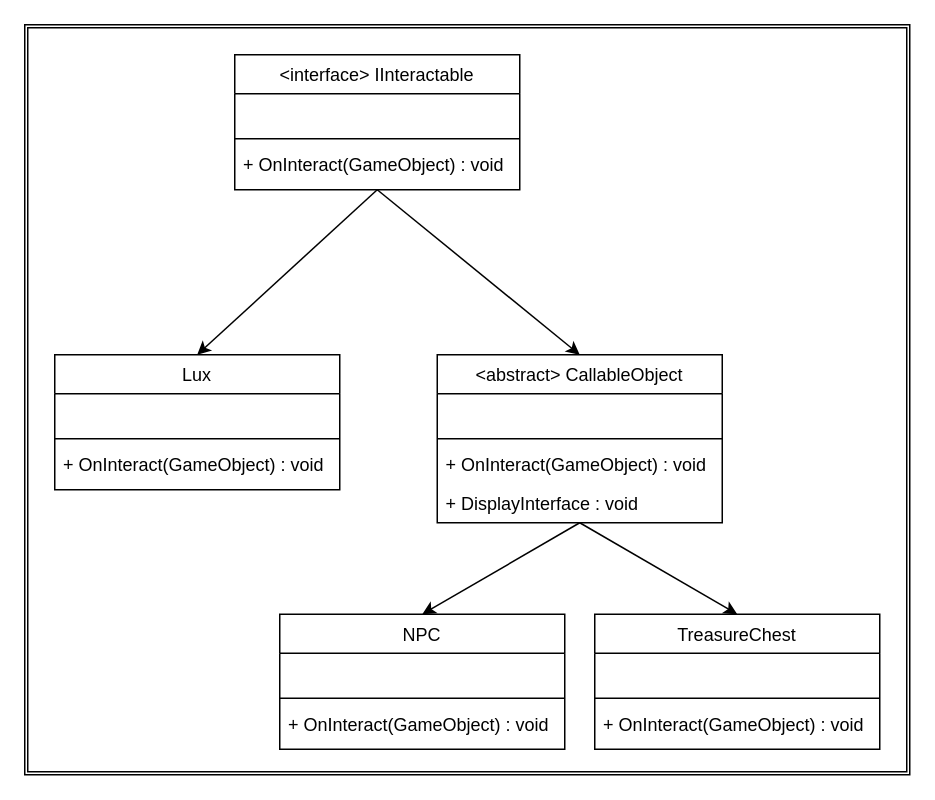
Above: ETC/UML/InteractLogic.drawio in SEH00N/Eungabi (draw.io), before the change. Source tidied: cells renumbered, new cells numbered last; positions are measured from the earlier drawing's top-left corner, leaving out a move shared by most shapes. Both pictures are drawn from the tidied source at 150%, with x=0, y=0 at pixel (24, 24).
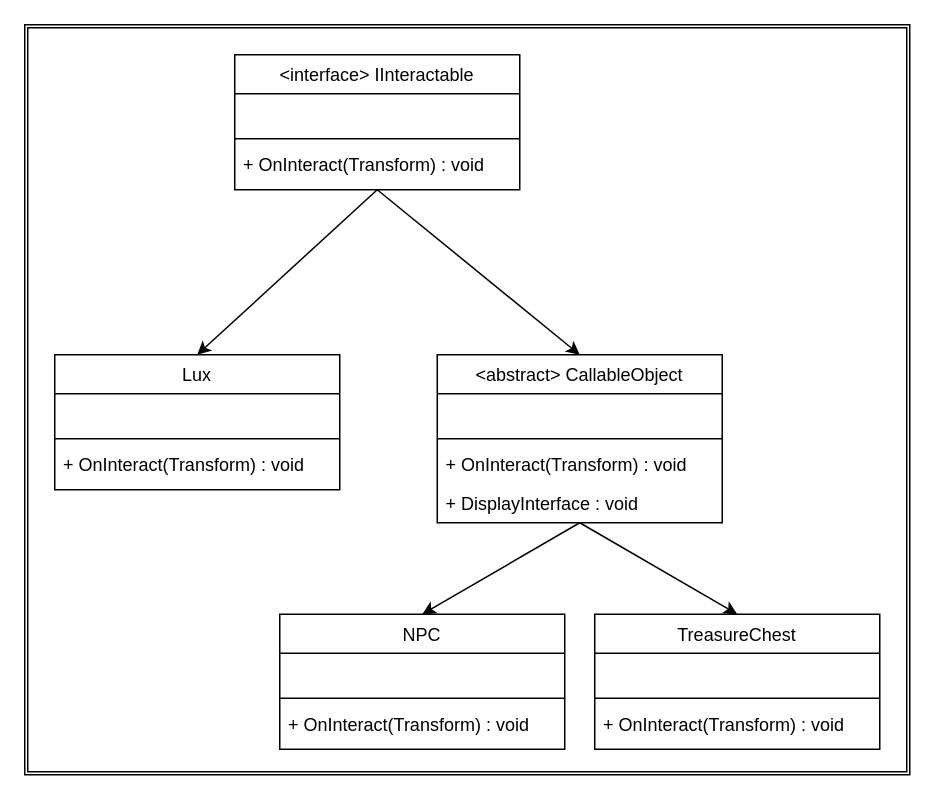
The same page after the edit.

Unchanged cells that the change refers to:
```xml
<mxCell id="5" value="&lt;interface&gt; IInteractable" style="swimlane;fontStyle=0;align=center;verticalAlign=top;horizontal=1;startSize=26;rounded=0;shadow=0;strokeWidth=1;spacingTop=0;" parent="1" vertex="1">
  <mxGeometry x="140" y="20" width="190" height="90" as="geometry" />
</mxCell>
<mxCell id="9" value="Lux" style="swimlane;fontStyle=0;align=center;verticalAlign=top;horizontal=1;startSize=26;rounded=0;shadow=0;strokeWidth=1;spacingTop=0;" parent="1" vertex="1">
  <mxGeometry x="20" y="220" width="190" height="90" as="geometry" />
</mxCell>
<mxCell id="15" value="&lt;abstract&gt; CallableObject" style="swimlane;fontStyle=0;align=center;verticalAlign=top;horizontal=1;startSize=26;rounded=0;shadow=0;strokeWidth=1;spacingTop=0;" parent="1" vertex="1">
  <mxGeometry x="275" y="220" width="190" height="112" as="geometry" />
</mxCell>
<mxCell id="20" value="NPC" style="swimlane;fontStyle=0;align=center;verticalAlign=top;horizontal=1;startSize=26;rounded=0;shadow=0;strokeWidth=1;spacingTop=0;" parent="1" vertex="1">
  <mxGeometry x="170" y="393" width="190" height="90" as="geometry" />
</mxCell>
<mxCell id="24" value="TreasureChest" style="swimlane;fontStyle=0;align=center;verticalAlign=top;horizontal=1;startSize=26;rounded=0;shadow=0;strokeWidth=1;spacingTop=0;" parent="1" vertex="1">
  <mxGeometry x="380" y="393" width="190" height="90" as="geometry" />
</mxCell>
```

What changed in the source:
```diff
@@
-    <mxCell id="8" value="+ OnInteract(GameObject) : void" style="text;align=left;verticalAlign=top;spacingLeft=4;spacingRight=4;overflow=hidden;rounded=0;shadow=0;html=0;" parent="5" vertex="1">
+    <mxCell id="8" value="+ OnInteract(Transform) : void" style="text;align=left;verticalAlign=top;spacingLeft=4;spacingRight=4;overflow=hidden;rounded=0;shadow=0;html=0;" parent="5" vertex="1">
       <mxGeometry y="60" width="190" height="26" as="geometry" />
     </mxCell>
@@
-    <mxCell id="12" value="+ OnInteract(GameObject) : void" style="text;align=left;verticalAlign=top;spacingLeft=4;spacingRight=4;overflow=hidden;rounded=0;shadow=0;html=0;" parent="9" vertex="1">
+    <mxCell id="12" value="+ OnInteract(Transform) : void" style="text;align=left;verticalAlign=top;spacingLeft=4;spacingRight=4;overflow=hidden;rounded=0;shadow=0;html=0;" parent="9" vertex="1">
       <mxGeometry y="60" width="190" height="26" as="geometry" />
     </mxCell>
@@
-    <mxCell id="18" value="+ OnInteract(GameObject) : void" style="text;align=left;verticalAlign=top;spacingLeft=4;spacingRight=4;overflow=hidden;rounded=0;shadow=0;html=0;" parent="15" vertex="1">
-      <mxGeometry y="60" width="190" height="26" as="geometry" />
-    </mxCell>
+    <mxCell id="28" value="+ OnInteract(Transform) : void" style="text;align=left;verticalAlign=top;spacingLeft=4;spacingRight=4;overflow=hidden;rounded=0;shadow=0;html=0;" parent="15" vertex="1">
+      <mxGeometry y="60" width="190" height="26" as="geometry" />
+    </mxCell>
@@
-    <mxCell id="23" value="+ OnInteract(GameObject) : void" style="text;align=left;verticalAlign=top;spacingLeft=4;spacingRight=4;overflow=hidden;rounded=0;shadow=0;html=0;" parent="20" vertex="1">
-      <mxGeometry y="60" width="190" height="26" as="geometry" />
-    </mxCell>
+    <mxCell id="29" value="+ OnInteract(Transform) : void" style="text;align=left;verticalAlign=top;spacingLeft=4;spacingRight=4;overflow=hidden;rounded=0;shadow=0;html=0;" parent="20" vertex="1">
+      <mxGeometry y="60" width="190" height="26" as="geometry" />
+    </mxCell>
@@
-    <mxCell id="27" value="+ OnInteract(GameObject) : void" style="text;align=left;verticalAlign=top;spacingLeft=4;spacingRight=4;overflow=hidden;rounded=0;shadow=0;html=0;" parent="24" vertex="1">
-      <mxGeometry y="60" width="190" height="26" as="geometry" />
-    </mxCell>
+    <mxCell id="30" value="+ OnInteract(Transform) : void" style="text;align=left;verticalAlign=top;spacingLeft=4;spacingRight=4;overflow=hidden;rounded=0;shadow=0;html=0;" parent="24" vertex="1">
+      <mxGeometry y="60" width="190" height="26" as="geometry" />
+    </mxCell>
```
